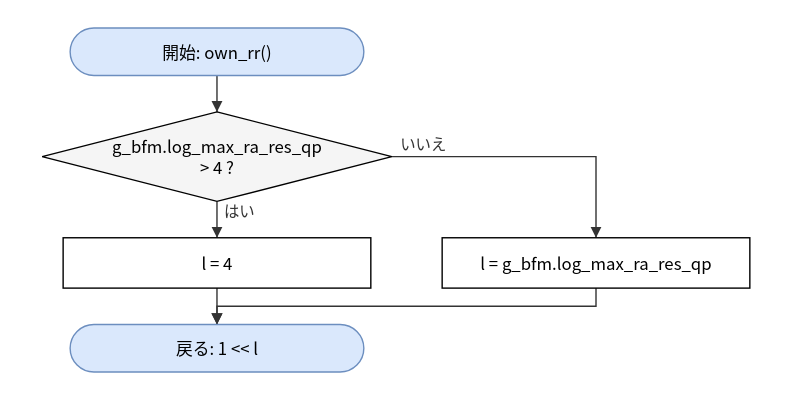
Earlier version of the draw.io export doc/spec/images/flow_src_bfm_cm-own_rr.drawio.svg (hf355051012-ai/bfmem). Source tidied: cells renumbered, new cells last; positions are measured from the earlier drawing's top-left corner, leaving out a move shared by most shapes. Source of this version:
```xml
<mxGraphModel>
  <root>
    <mxCell id="0" />
    <mxCell id="1" parent="0" />
    <mxCell id="2" value="開始: own_rr()" style="rounded=1;arcSize=50;whiteSpace=wrap;html=1;fillColor=#dae8fc;strokeColor=#6c8ebf;" parent="1" vertex="1">
      <mxGeometry x="20" width="210" height="34" as="geometry" />
    </mxCell>
    <mxCell id="3" value="g_bfm.log_max_ra_res_qp&lt;br&gt;&amp;gt; 4 ?" style="rhombus;whiteSpace=wrap;html=1;fillColor=#f5f5f5;" parent="1" vertex="1">
      <mxGeometry y="60" width="250" height="64" as="geometry" />
    </mxCell>
    <mxCell id="4" value="l = 4" style="rounded=0;whiteSpace=wrap;html=1;" parent="1" vertex="1">
      <mxGeometry x="15" y="150" width="220" height="36" as="geometry" />
    </mxCell>
    <mxCell id="5" value="l = g_bfm.log_max_ra_res_qp" style="rounded=0;whiteSpace=wrap;html=1;" parent="1" vertex="1">
      <mxGeometry x="286" y="150" width="220" height="36" as="geometry" />
    </mxCell>
    <mxCell id="6" value="戻る: 1 &amp;lt;&amp;lt; l" style="rounded=1;arcSize=50;whiteSpace=wrap;html=1;fillColor=#dae8fc;strokeColor=#6c8ebf;" parent="1" vertex="1">
      <mxGeometry x="20" y="212" width="210" height="34" as="geometry" />
    </mxCell>
    <mxCell id="7" style="edgeStyle=none;html=1;rounded=0;endArrow=block;endFill=1;exitX=0.5000;exitY=1.0000;exitDx=0;exitDy=0;exitPerimeter=0;entryX=0.5000;entryY=0.0000;entryDx=0;entryDy=0;entryPerimeter=0;" parent="1" edge="1" source="2" target="3">
      <mxGeometry relative="1" as="geometry" />
    </mxCell>
    <mxCell id="8" value="はい" style="edgeStyle=none;html=1;rounded=0;endArrow=block;endFill=1;exitX=0.5000;exitY=1.0000;exitDx=0;exitDy=0;exitPerimeter=0;entryX=0.5000;entryY=0.0000;entryDx=0;entryDy=0;entryPerimeter=0;" parent="1" edge="1" source="3" target="4">
      <mxGeometry relative="1" as="geometry" />
    </mxCell>
    <mxCell id="9" value="いいえ" style="edgeStyle=none;html=1;rounded=0;endArrow=block;endFill=1;exitX=1.0000;exitY=0.5000;exitDx=0;exitDy=0;exitPerimeter=0;entryX=0.5000;entryY=0.0000;entryDx=0;entryDy=0;entryPerimeter=0;" parent="1" edge="1" source="3" target="5">
      <mxGeometry relative="1" as="geometry">
        <Array as="points">
          <mxPoint x="396" y="92" />
        </Array>
      </mxGeometry>
    </mxCell>
    <mxCell id="10" style="edgeStyle=none;html=1;rounded=0;endArrow=block;endFill=1;exitX=0.5000;exitY=1.0000;exitDx=0;exitDy=0;exitPerimeter=0;entryX=0.5000;entryY=0.0000;entryDx=0;entryDy=0;entryPerimeter=0;" parent="1" edge="1" source="4" target="6">
      <mxGeometry relative="1" as="geometry" />
    </mxCell>
    <mxCell id="11" style="edgeStyle=none;html=1;rounded=0;endArrow=block;endFill=1;exitX=0.5000;exitY=1.0000;exitDx=0;exitDy=0;exitPerimeter=0;entryX=0.5000;entryY=0.0000;entryDx=0;entryDy=0;entryPerimeter=0;" parent="1" edge="1" source="5" target="6">
      <mxGeometry relative="1" as="geometry">
        <Array as="points">
          <mxPoint x="396" y="199" />
          <mxPoint x="125" y="199" />
        </Array>
      </mxGeometry>
    </mxCell>
  </root>
</mxGraphModel>
```
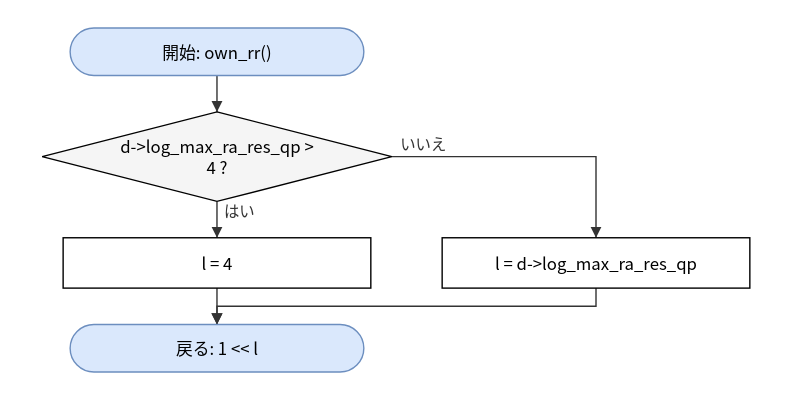
The same file after the commit.

What changed in the source:
```diff
@@ -5,13 +5,13 @@
     <mxCell id="2" value="開始: own_rr()" style="rounded=1;arcSize=50;whiteSpace=wrap;html=1;fillColor=#dae8fc;strokeColor=#6c8ebf;" parent="1" vertex="1">
       <mxGeometry x="20" width="210" height="34" as="geometry" />
     </mxCell>
-    <mxCell id="3" value="g_bfm.log_max_ra_res_qp&lt;br&gt;&amp;gt; 4 ?" style="rhombus;whiteSpace=wrap;html=1;fillColor=#f5f5f5;" parent="1" vertex="1">
+    <mxCell id="3" value="d-&amp;gt;log_max_ra_res_qp &amp;gt;&lt;br&gt;4 ?" style="rhombus;whiteSpace=wrap;html=1;fillColor=#f5f5f5;" parent="1" vertex="1">
       <mxGeometry y="60" width="250" height="64" as="geometry" />
     </mxCell>
     <mxCell id="4" value="l = 4" style="rounded=0;whiteSpace=wrap;html=1;" parent="1" vertex="1">
       <mxGeometry x="15" y="150" width="220" height="36" as="geometry" />
     </mxCell>
-    <mxCell id="5" value="l = g_bfm.log_max_ra_res_qp" style="rounded=0;whiteSpace=wrap;html=1;" parent="1" vertex="1">
+    <mxCell id="5" value="l = d-&amp;gt;log_max_ra_res_qp" style="rounded=0;whiteSpace=wrap;html=1;" parent="1" vertex="1">
       <mxGeometry x="286" y="150" width="220" height="36" as="geometry" />
     </mxCell>
     <mxCell id="6" value="戻る: 1 &amp;lt;&amp;lt; l" style="rounded=1;arcSize=50;whiteSpace=wrap;html=1;fillColor=#dae8fc;strokeColor=#6c8ebf;" parent="1" vertex="1">
```
